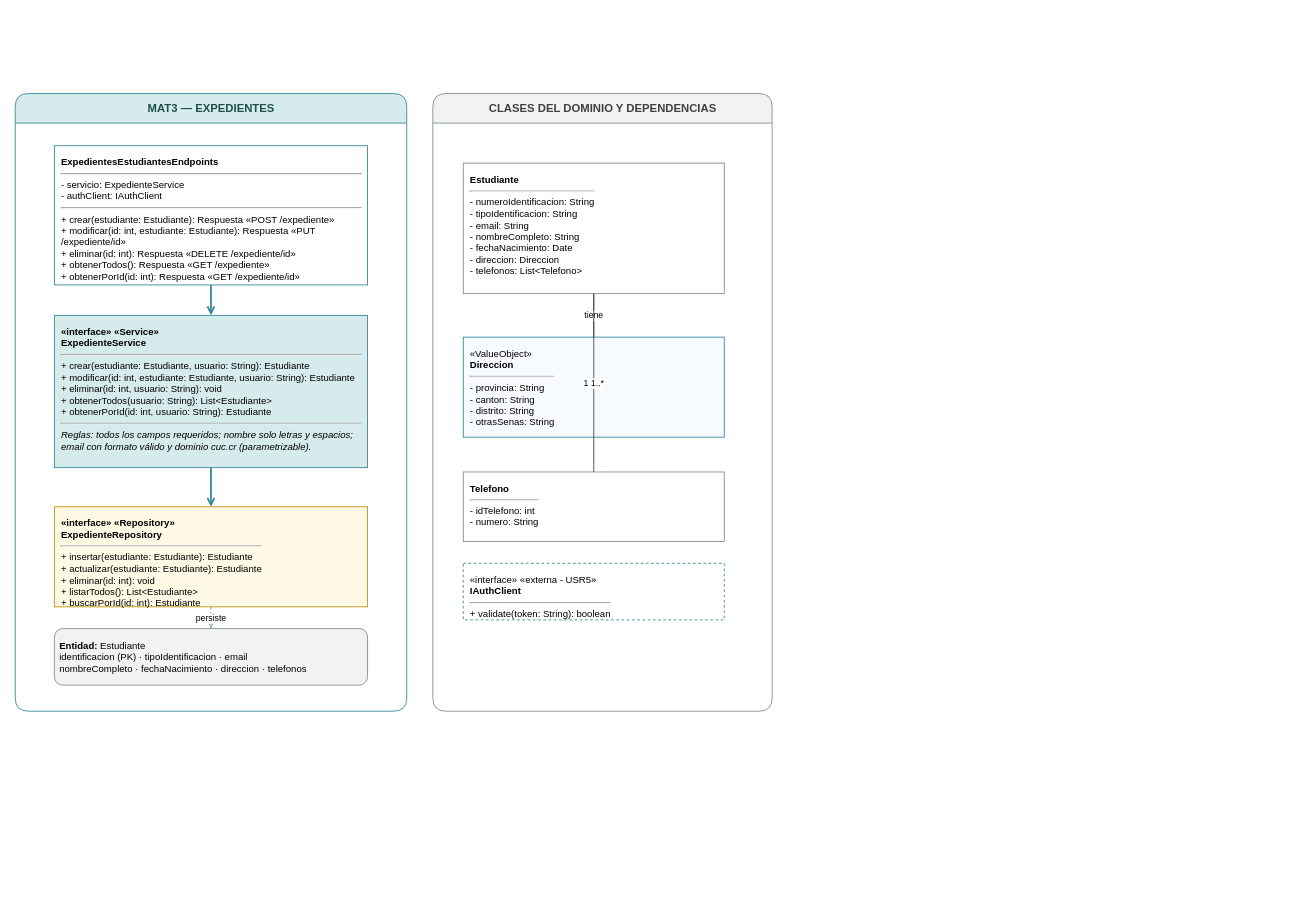
This is Documentacion/Diagramas Generales/Clases/Microservicios/DiagramaClases_AdministracionExpedientes.drawio from AskingManCode/MetaU, a draw.io file, before an edit. Source tidied: cells renumbered, new cells numbered last; positions are measured from the earlier drawing's top-left corner, leaving out a move shared by most shapes. Both pictures are drawn from the tidied source at 87%, with x=0, y=0 at pixel (15, 93).
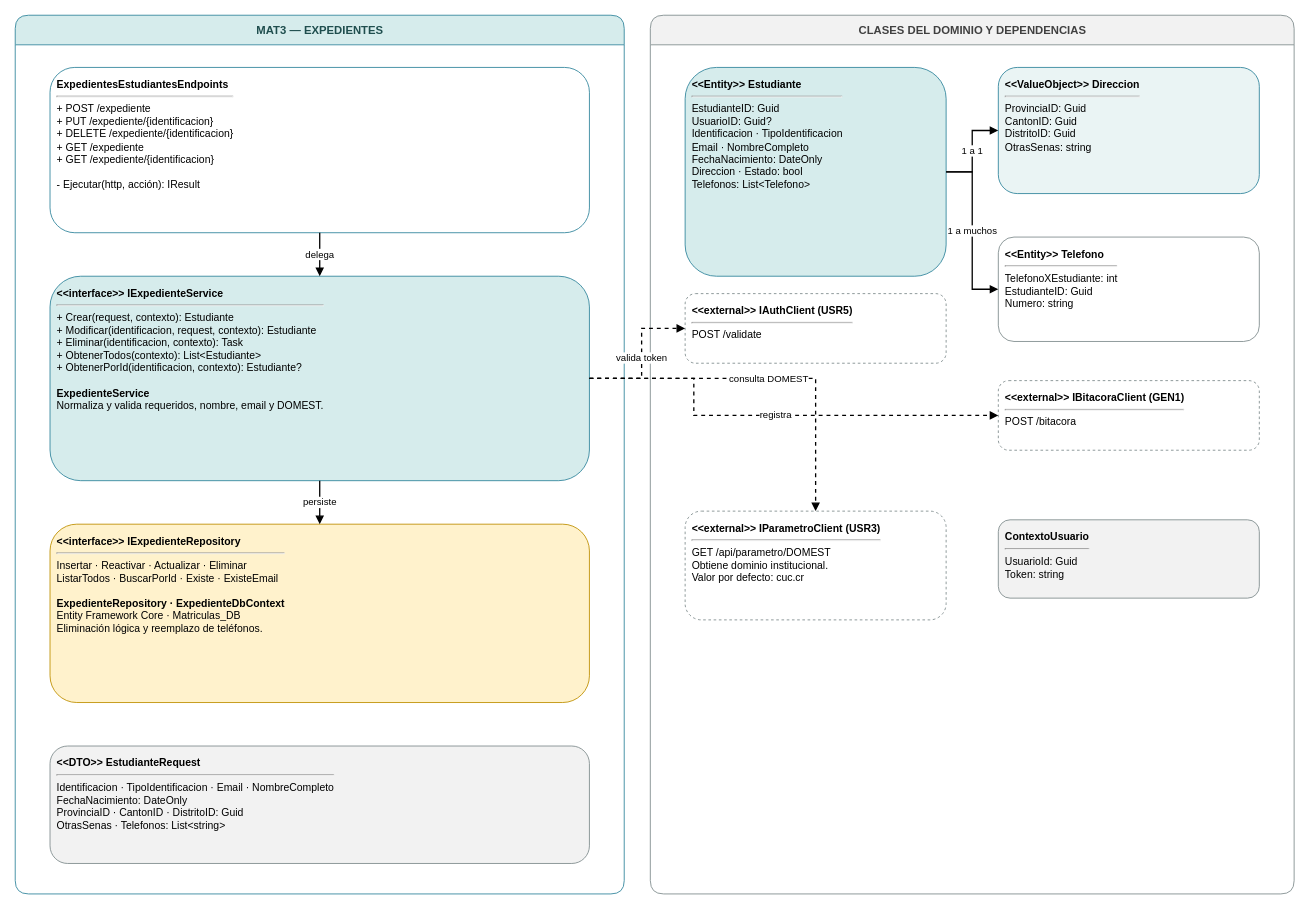
The same page after the edit.

Commit message (it also covers changes not shown here):
docs: agrega README y Diagramas Acualizados

- README incorporado
- Actualización de Diagrama de Clases en Documentación

Change to the diagram source:
```diff
@@
     <mxCell id="2" value="MAT3 — EXPEDIENTES" style="swimlane;html=1;startSize=34;horizontal=1;rounded=1;fillColor=#D6ECEC;swimlaneFillColor=#FFFFFF;strokeColor=#31859C;fontColor=#1F4E4E;fontStyle=1;fontSize=13;" parent="1" vertex="1">
-      <mxGeometry width="450" height="710" as="geometry" />
+      <mxGeometry y="-90" width="700" height="1010" as="geometry" />
     </mxCell>
     <mxCell id="3" value="CLASES DEL DOMINIO Y DEPENDENCIAS" style="swimlane;html=1;startSize=34;horizontal=1;rounded=1;fillColor=#F2F2F2;swimlaneFillColor=#FFFFFF;strokeColor=#7F8C8D;fontColor=#404040;fontStyle=1;fontSize=13;" parent="1" vertex="1">
-      <mxGeometry x="480" width="390" height="710" as="geometry" />
+      <mxGeometry x="730" y="-90" width="740" height="1010" as="geometry" />
     </mxCell>
-    <mxCell id="4" value="&lt;b&gt;ExpedientesEstudiantesEndpoints&lt;/b&gt;&lt;hr&gt;- servicio: ExpedienteService&lt;br&gt;- authClient: IAuthClient&lt;hr&gt;+ crear(estudiante: Estudiante): Respuesta  &amp;laquo;POST /expediente&amp;raquo;&lt;br&gt;+ modificar(id: int, estudiante: Estudiante): Respuesta  &amp;laquo;PUT /expediente/id&amp;raquo;&lt;br&gt;+ eliminar(id: int): Respuesta  &amp;laquo;DELETE /expediente/id&amp;raquo;&lt;br&gt;+ obtenerTodos(): Respuesta  &amp;laquo;GET /expediente&amp;raquo;&lt;br&gt;+ obtenerPorId(id: int): Respuesta  &amp;laquo;GET /expediente/id&amp;raquo;" style="rounded=0;whiteSpace=wrap;html=1;align=left;verticalAlign=top;spacing=8;fillColor=#FFFFFF;strokeColor=#31859C;fontSize=11;" parent="1" vertex="1">
-      <mxGeometry x="45" y="60" width="360" height="160" as="geometry" />
-    </mxCell>
-    <mxCell id="5" value="&lt;b&gt;&amp;laquo;interface&amp;raquo; &amp;laquo;Service&amp;raquo;&lt;br&gt;ExpedienteService&lt;/b&gt;&lt;hr&gt;+ crear(estudiante: Estudiante, usuario: String): Estudiante&lt;br&gt;+ modificar(id: int, estudiante: Estudiante, usuario: String): Estudiante&lt;br&gt;+ eliminar(id: int, usuario: String): void&lt;br&gt;+ obtenerTodos(usuario: String): List&amp;lt;Estudiante&amp;gt;&lt;br&gt;+ obtenerPorId(id: int, usuario: String): Estudiante&lt;hr&gt;&lt;i&gt;Reglas: todos los campos requeridos; nombre solo letras y espacios; email con formato válido y dominio cuc.cr (parametrizable).&lt;/i&gt;" style="rounded=0;whiteSpace=wrap;html=1;align=left;verticalAlign=top;spacing=8;fillColor=#D6ECEC;strokeColor=#31859C;fontSize=11;" parent="1" vertex="1">
-      <mxGeometry x="45" y="255" width="360" height="175" as="geometry" />
-    </mxCell>
-    <mxCell id="6" value="&lt;b&gt;&amp;laquo;interface&amp;raquo; &amp;laquo;Repository&amp;raquo;&lt;br&gt;ExpedienteRepository&lt;/b&gt;&lt;hr&gt;+ insertar(estudiante: Estudiante): Estudiante&lt;br&gt;+ actualizar(estudiante: Estudiante): Estudiante&lt;br&gt;+ eliminar(id: int): void&lt;br&gt;+ listarTodos(): List&amp;lt;Estudiante&amp;gt;&lt;br&gt;+ buscarPorId(id: int): Estudiante" style="rounded=0;whiteSpace=wrap;html=1;align=left;verticalAlign=top;spacing=8;fillColor=#FFF9E6;strokeColor=#BF9000;fontSize=11;" parent="1" vertex="1">
-      <mxGeometry x="45" y="475" width="360" height="115" as="geometry" />
-    </mxCell>
-    <mxCell id="7" value="&lt;b&gt;Entidad:&lt;/b&gt; Estudiante&lt;br&gt;identificacion (PK) · tipoIdentificacion · email&lt;br&gt;nombreCompleto · fechaNacimiento · direccion · telefonos" style="rounded=1;whiteSpace=wrap;html=1;fillColor=#F2F2F2;strokeColor=#7F8C8D;fontSize=11;align=left;spacing=6;" parent="1" vertex="1">
-      <mxGeometry x="45" y="615" width="360" height="65" as="geometry" />
-    </mxCell>
-    <mxCell id="8" style="edgeStyle=orthogonalEdgeStyle;rounded=0;html=1;endArrow=open;endFill=0;strokeWidth=2;strokeColor=#31859C;" parent="1" vertex="1" edge="1" source="4" target="5">
-      <mxGeometry relative="1" as="geometry" />
-    </mxCell>
-    <mxCell id="9" style="edgeStyle=orthogonalEdgeStyle;rounded=0;html=1;endArrow=open;endFill=0;strokeWidth=2;strokeColor=#31859C;" parent="1" vertex="1" edge="1" source="5" target="6">
-      <mxGeometry relative="1" as="geometry" />
-    </mxCell>
+    <mxCell id="17" value="&lt;b&gt;&amp;lt;&amp;lt;external&amp;gt;&amp;gt; IAuthClient (USR5)&lt;/b&gt;&lt;hr&gt;POST /validate" style="rounded=1;whiteSpace=wrap;html=1;align=left;verticalAlign=top;spacing=8;fontSize=12;fillColor=#FFFFFF;strokeColor=#7F8C8D;dashed=1;" parent="3" vertex="1">
+      <mxGeometry x="40" y="320" width="300" height="80" as="geometry" />
+    </mxCell>
+    <mxCell id="18" value="&lt;b&gt;ExpedientesEstudiantesEndpoints&lt;/b&gt;&lt;hr&gt;+ POST /expediente&lt;br&gt;+ PUT /expediente/{identificacion}&lt;br&gt;+ DELETE /expediente/{identificacion}&lt;br&gt;+ GET /expediente&lt;br&gt;+ GET /expediente/{identificacion}&lt;br&gt;&lt;br&gt;- Ejecutar(http, acción): IResult" style="rounded=1;whiteSpace=wrap;html=1;align=left;verticalAlign=top;spacing=8;fontSize=12;fillColor=#FFFFFF;strokeColor=#31859C;" parent="1" vertex="1">
+      <mxGeometry x="40" y="-30" width="620" height="190" as="geometry" />
+    </mxCell>
+    <mxCell id="19" value="&lt;b&gt;&amp;lt;&amp;lt;interface&amp;gt;&amp;gt; IExpedienteService&lt;/b&gt;&lt;hr&gt;+ Crear(request, contexto): Estudiante&lt;br&gt;+ Modificar(identificacion, request, contexto): Estudiante&lt;br&gt;+ Eliminar(identificacion, contexto): Task&lt;br&gt;+ ObtenerTodos(contexto): List&amp;lt;Estudiante&amp;gt;&lt;br&gt;+ ObtenerPorId(identificacion, contexto): Estudiante?&lt;br&gt;&lt;br&gt;&lt;b&gt;ExpedienteService&lt;/b&gt;&lt;br&gt;Normaliza y valida requeridos, nombre, email y DOMEST." style="rounded=1;whiteSpace=wrap;html=1;align=left;verticalAlign=top;spacing=8;fontSize=12;fillColor=#D6ECEC;strokeColor=#31859C;" parent="1" vertex="1">
+      <mxGeometry x="40" y="210" width="620" height="235" as="geometry" />
+    </mxCell>
+    <mxCell id="20" value="&lt;b&gt;&amp;lt;&amp;lt;interface&amp;gt;&amp;gt; IExpedienteRepository&lt;/b&gt;&lt;hr&gt;Insertar · Reactivar · Actualizar · Eliminar&lt;br&gt;ListarTodos · BuscarPorId · Existe · ExisteEmail&lt;br&gt;&lt;br&gt;&lt;b&gt;ExpedienteRepository · ExpedienteDbContext&lt;/b&gt;&lt;br&gt;Entity Framework Core · Matriculas_DB&lt;br&gt;Eliminación lógica y reemplazo de teléfonos." style="rounded=1;whiteSpace=wrap;html=1;align=left;verticalAlign=top;spacing=8;fontSize=12;fillColor=#FFF2CC;strokeColor=#BF9000;" parent="1" vertex="1">
+      <mxGeometry x="40" y="495" width="620" height="205" as="geometry" />
+    </mxCell>
+    <mxCell id="21" value="&lt;b&gt;&amp;lt;&amp;lt;DTO&amp;gt;&amp;gt; EstudianteRequest&lt;/b&gt;&lt;hr&gt;Identificacion · TipoIdentificacion · Email · NombreCompleto&lt;br&gt;FechaNacimiento: DateOnly&lt;br&gt;ProvinciaID · CantonID · DistritoID: Guid&lt;br&gt;OtrasSenas · Telefonos: List&amp;lt;string&amp;gt;" style="rounded=1;whiteSpace=wrap;html=1;align=left;verticalAlign=top;spacing=8;fontSize=12;fillColor=#F2F2F2;strokeColor=#7F8C8D;" parent="1" vertex="1">
+      <mxGeometry x="40" y="750" width="620" height="135" as="geometry" />
+    </mxCell>
+    <mxCell id="22" value="&lt;b&gt;&amp;lt;&amp;lt;Entity&amp;gt;&amp;gt; Estudiante&lt;/b&gt;&lt;hr&gt;EstudianteID: Guid&lt;br&gt;UsuarioID: Guid?&lt;br&gt;Identificacion · TipoIdentificacion&lt;br&gt;Email · NombreCompleto&lt;br&gt;FechaNacimiento: DateOnly&lt;br&gt;Direccion · Estado: bool&lt;br&gt;Telefonos: List&amp;lt;Telefono&amp;gt;" style="rounded=1;whiteSpace=wrap;html=1;align=left;verticalAlign=top;spacing=8;fontSize=12;fillColor=#D6ECEC;strokeColor=#31859C;" parent="1" vertex="1">
+      <mxGeometry x="770" y="-30" width="300" height="240" as="geometry" />
+    </mxCell>
+    <mxCell id="23" value="&lt;b&gt;&amp;lt;&amp;lt;ValueObject&amp;gt;&amp;gt; Direccion&lt;/b&gt;&lt;hr&gt;ProvinciaID: Guid&lt;br&gt;CantonID: Guid&lt;br&gt;DistritoID: Guid&lt;br&gt;OtrasSenas: string" style="rounded=1;whiteSpace=wrap;html=1;align=left;verticalAlign=top;spacing=8;fontSize=12;fillColor=#EAF4F4;strokeColor=#31859C;" parent="1" vertex="1">
+      <mxGeometry x="1130" y="-30" width="300" height="145" as="geometry" />
+    </mxCell>
+    <mxCell id="24" value="&lt;b&gt;&amp;lt;&amp;lt;Entity&amp;gt;&amp;gt; Telefono&lt;/b&gt;&lt;hr&gt;TelefonoXEstudiante: int&lt;br&gt;EstudianteID: Guid&lt;br&gt;Numero: string" style="rounded=1;whiteSpace=wrap;html=1;align=left;verticalAlign=top;spacing=8;fontSize=12;fillColor=#FFFFFF;strokeColor=#7F8C8D;" parent="1" vertex="1">
+      <mxGeometry x="1130" y="165" width="300" height="120" as="geometry" />
+    </mxCell>
+    <mxCell id="25" value="&lt;b&gt;&amp;lt;&amp;lt;external&amp;gt;&amp;gt; IBitacoraClient (GEN1)&lt;/b&gt;&lt;hr&gt;POST /bitacora" style="rounded=1;whiteSpace=wrap;html=1;align=left;verticalAlign=top;spacing=8;fontSize=12;fillColor=#FFFFFF;strokeColor=#7F8C8D;dashed=1;" parent="1" vertex="1">
+      <mxGeometry x="1130" y="330" width="300" height="80" as="geometry" />
+    </mxCell>
+    <mxCell id="26" value="&lt;b&gt;&amp;lt;&amp;lt;external&amp;gt;&amp;gt; IParametroClient (USR3)&lt;/b&gt;&lt;hr&gt;GET /api/parametro/DOMEST&lt;br&gt;Obtiene dominio institucional.&lt;br&gt;Valor por defecto: cuc.cr" style="rounded=1;whiteSpace=wrap;html=1;align=left;verticalAlign=top;spacing=8;fontSize=12;fillColor=#FFFFFF;strokeColor=#7F8C8D;dashed=1;" parent="1" vertex="1">
+      <mxGeometry x="770" y="480" width="300" height="125" as="geometry" />
+    </mxCell>
+    <mxCell id="27" value="&lt;b&gt;ContextoUsuario&lt;/b&gt;&lt;hr&gt;UsuarioId: Guid&lt;br&gt;Token: string" style="rounded=1;whiteSpace=wrap;html=1;align=left;verticalAlign=top;spacing=8;fontSize=12;fillColor=#F2F2F2;strokeColor=#7F8C8D;" parent="1" vertex="1">
+      <mxGeometry x="1130" y="490" width="300" height="90" as="geometry" />
+    </mxCell>
+    <mxCell id="28" value="delega" style="edgeStyle=orthogonalEdgeStyle;rounded=0;jettySize=auto;html=1;endArrow=block;endFill=1;strokeWidth=1.5;" parent="1" edge="1" source="18" target="19">
+      <mxGeometry relative="1" as="geometry" />
+    </mxCell>
-    <mxCell id="10" value="persiste" style="edgeStyle=orthogonalEdgeStyle;rounded=0;html=1;endArrow=open;endFill=0;dashed=1;strokeColor=#7F8C8D;fontSize=10;" parent="1" vertex="1" edge="1" source="6" target="7">
+    <mxCell id="10" value="persiste" style="edgeStyle=orthogonalEdgeStyle;rounded=0;jettySize=auto;html=1;endArrow=block;endFill=1;strokeWidth=1.5;" parent="1" edge="1" source="19" target="20">
       <mxGeometry relative="1" as="geometry" />
     </mxCell>
-    <mxCell id="11" value="&lt;b&gt;Estudiante&lt;/b&gt;&lt;hr&gt;- numeroIdentificacion: String&lt;br&gt;- tipoIdentificacion: String&lt;br&gt;- email: String&lt;br&gt;- nombreCompleto: String&lt;br&gt;- fechaNacimiento: Date&lt;br&gt;- direccion: Direccion&lt;br&gt;- telefonos: List&amp;lt;Telefono&amp;gt;" style="rounded=0;whiteSpace=wrap;html=1;align=left;verticalAlign=top;spacing=8;fillColor=#FFFFFF;strokeColor=#7F8C8D;fontSize=11;" parent="1" vertex="1">
-      <mxGeometry x="515" y="80" width="300" height="150" as="geometry" />
-    </mxCell>
-    <mxCell id="12" value="&amp;laquo;ValueObject&amp;raquo;&lt;br&gt;&lt;b&gt;Direccion&lt;/b&gt;&lt;hr&gt;- provincia: String&lt;br&gt;- canton: String&lt;br&gt;- distrito: String&lt;br&gt;- otrasSenas: String" style="rounded=0;whiteSpace=wrap;html=1;align=left;verticalAlign=top;spacing=8;fillColor=#F7FBFF;strokeColor=#31859C;fontSize=11;" parent="1" vertex="1">
-      <mxGeometry x="515" y="280" width="300" height="115" as="geometry" />
-    </mxCell>
-    <mxCell id="13" value="&lt;b&gt;Telefono&lt;/b&gt;&lt;hr&gt;- idTelefono: int&lt;br&gt;- numero: String" style="rounded=0;whiteSpace=wrap;html=1;align=left;verticalAlign=top;spacing=8;fillColor=#FFFFFF;strokeColor=#7F8C8D;fontSize=11;" parent="1" vertex="1">
-      <mxGeometry x="515" y="435" width="300" height="80" as="geometry" />
-    </mxCell>
-    <mxCell id="14" value="tiene" style="edgeStyle=orthogonalEdgeStyle;rounded=0;html=1;endArrow=none;startArrow=none;strokeColor=#404040;fontSize=10;" parent="1" vertex="1" edge="1" source="11" target="12">
-      <mxGeometry relative="1" as="geometry" />
-    </mxCell>
-    <mxCell id="15" value="1        1..*" style="edgeStyle=orthogonalEdgeStyle;rounded=0;html=1;endArrow=none;startArrow=none;strokeColor=#404040;fontSize=10;" parent="1" vertex="1" edge="1" source="11" target="13">
-      <mxGeometry relative="1" as="geometry" />
-    </mxCell>
-    <mxCell id="16" value="&amp;laquo;interface&amp;raquo; &amp;laquo;externa - USR5&amp;raquo;&lt;br&gt;&lt;b&gt;IAuthClient&lt;/b&gt;&lt;hr&gt;+ validate(token: String): boolean" style="rounded=0;whiteSpace=wrap;html=1;align=left;verticalAlign=top;spacing=8;dashed=1;fillColor=#FFFFFF;strokeColor=#31859C;fontSize=11;" parent="1" vertex="1">
-      <mxGeometry x="515" y="540" width="300" height="65" as="geometry" />
-    </mxCell>
+    <mxCell id="29" value="1 a 1" style="edgeStyle=orthogonalEdgeStyle;rounded=0;jettySize=auto;html=1;endArrow=block;endFill=1;strokeWidth=1.5;" parent="1" edge="1" source="22" target="23">
+      <mxGeometry relative="1" as="geometry" />
+    </mxCell>
+    <mxCell id="30" value="1 a muchos" style="edgeStyle=orthogonalEdgeStyle;rounded=0;jettySize=auto;html=1;endArrow=block;endFill=1;strokeWidth=1.5;" parent="1" edge="1" source="22" target="24">
+      <mxGeometry relative="1" as="geometry" />
+    </mxCell>
+    <mxCell id="31" value="valida token" style="edgeStyle=orthogonalEdgeStyle;rounded=0;jettySize=auto;html=1;endArrow=block;endFill=1;strokeWidth=1.5;dashed=1;" parent="1" edge="1" source="19" target="17">
+      <mxGeometry relative="1" as="geometry">
+        <Array as="points">
+          <mxPoint x="720" y="327.5" />
+          <mxPoint x="720" y="270" />
+        </Array>
+      </mxGeometry>
+    </mxCell>
+    <mxCell id="32" value="registra" style="edgeStyle=orthogonalEdgeStyle;rounded=0;jettySize=auto;html=1;endArrow=block;endFill=1;strokeWidth=1.5;dashed=1;entryX=0;entryY=0.5;entryDx=0;entryDy=0;exitX=1;exitY=0.5;exitDx=0;exitDy=0;" parent="1" edge="1" source="19" target="25">
+      <mxGeometry relative="1" as="geometry">
+        <Array as="points">
+          <mxPoint x="780" y="327.5" />
+          <mxPoint x="780" y="370" />
+        </Array>
+      </mxGeometry>
+    </mxCell>
+    <mxCell id="33" value="consulta DOMEST" style="edgeStyle=orthogonalEdgeStyle;rounded=0;jettySize=auto;html=1;endArrow=block;endFill=1;strokeWidth=1.5;dashed=1;exitX=1;exitY=0.5;exitDx=0;exitDy=0;entryX=0.5;entryY=0;entryDx=0;entryDy=0;" parent="1" edge="1" source="19" target="26">
+      <mxGeometry relative="1" as="geometry" />
+    </mxCell>
```
